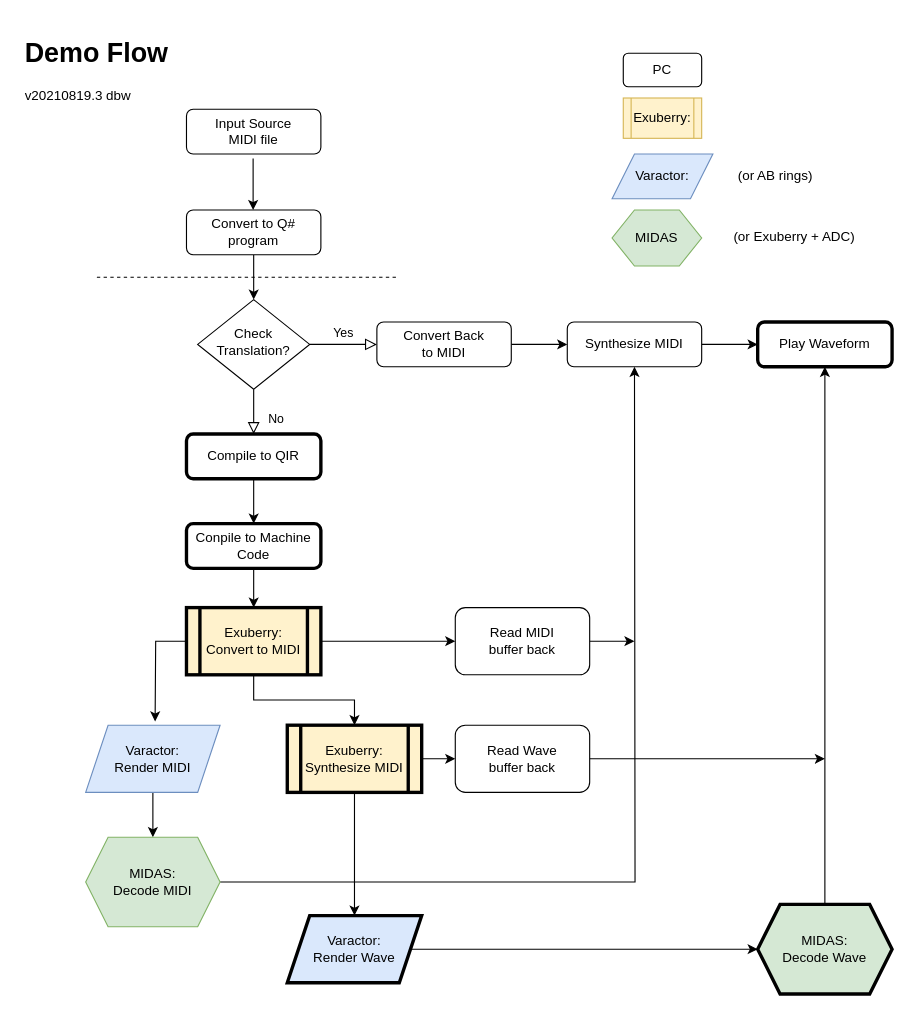
Before: DemoFlow.drawio in dbwz8/ASCII-Tetris, a draw.io diagram. Source tidied: cells renumbered, new cells numbered last; positions are measured from the earlier drawing's top-left corner, leaving out a move shared by most shapes. Both pictures are drawn from the tidied source at 112%, with x=0, y=0 at pixel (19, 30).
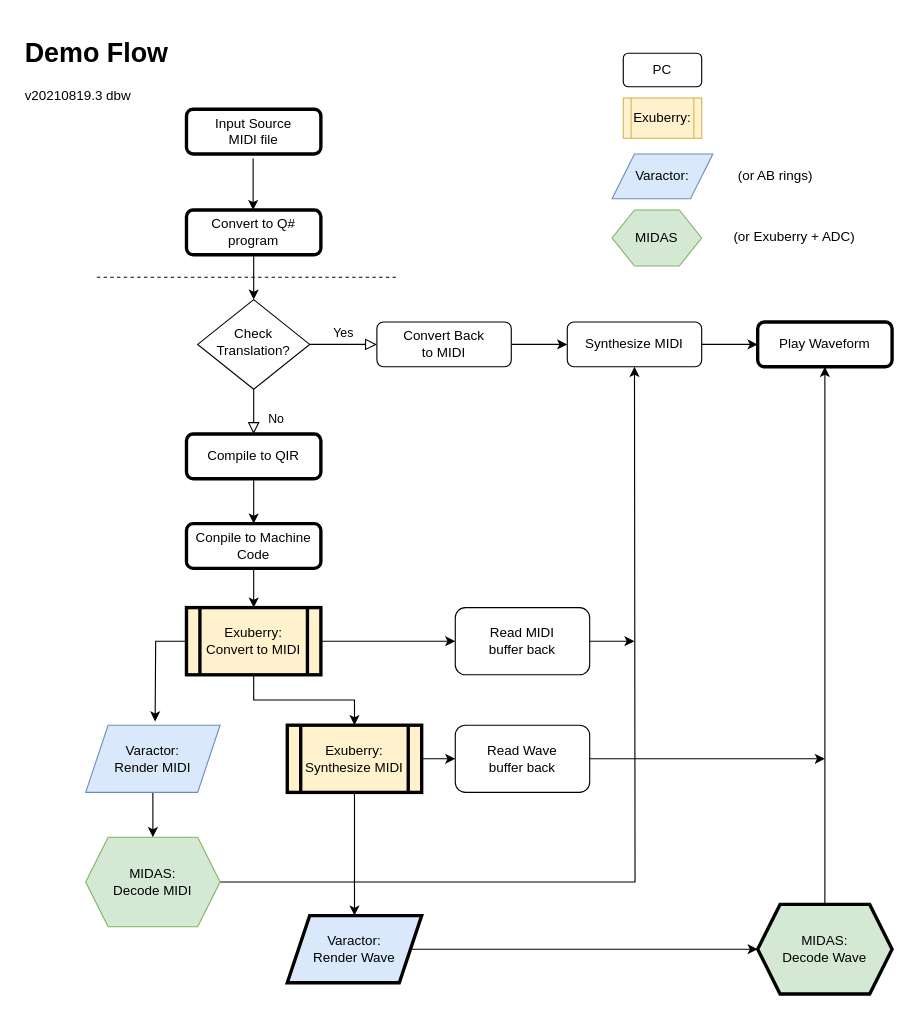
The same page after the edit.

The edit, as a diff of the source:
```diff
@@
-    <mxCell id="2" value="Input Source &lt;br&gt;MIDI file" style="rounded=1;whiteSpace=wrap;html=1;fontSize=12;glass=0;strokeWidth=1;shadow=0;" parent="1" vertex="1">
+    <mxCell id="2" value="Input Source &lt;br&gt;MIDI file" style="rounded=1;whiteSpace=wrap;html=1;fontSize=12;glass=0;strokeWidth=3;shadow=0;" parent="1" vertex="1">
       <mxGeometry x="149" y="70" width="120" height="40" as="geometry" />
     </mxCell>
@@
-    <mxCell id="5" value="Convert to Q#&lt;br&gt;program" style="rounded=1;whiteSpace=wrap;html=1;fontSize=12;glass=0;strokeWidth=1;shadow=0;" parent="1" vertex="1">
+    <mxCell id="5" value="Convert to Q#&lt;br&gt;program" style="rounded=1;whiteSpace=wrap;html=1;fontSize=12;glass=0;strokeWidth=3;shadow=0;" parent="1" vertex="1">
       <mxGeometry x="149" y="160" width="120" height="40" as="geometry" />
     </mxCell>
```
